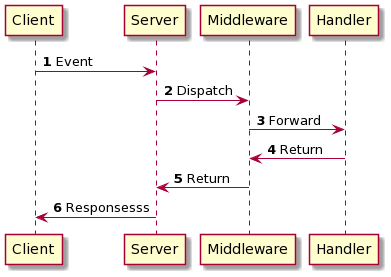
The PlantUML diagram out/docs/2_middleware/2_middleware.png in xNok/slack-go-demo-socketmode, before a commit.
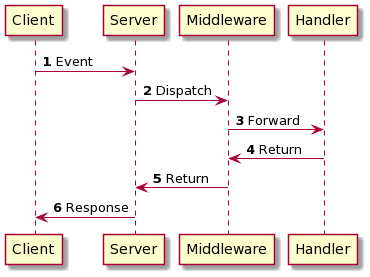
After the change.

Commit message:
draft: article 3

Change to the diagram source:
```diff
@@ -6,5 +6,5 @@
 Middleware -> Handler     : Forward
 Handler    -> Middleware  : Return
 Middleware -> Server      : Return
-Server     -> Client      : Responsesss
+Server     -> Client      : Response
 @enduml
```
